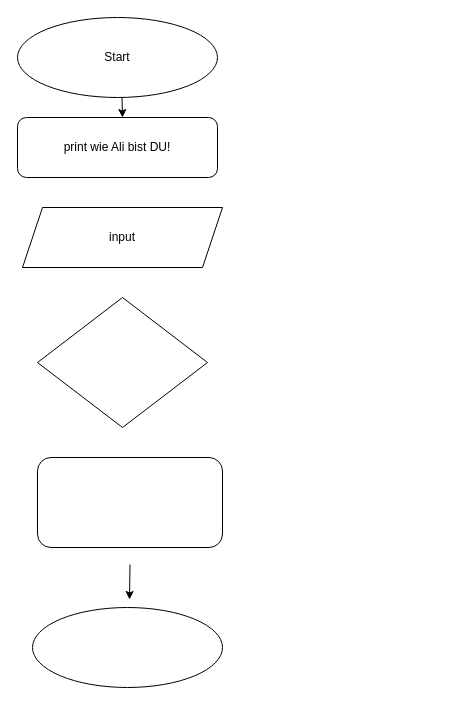
Before: Docs/age maschine.drawio in Olga-Bob/Python, a draw.io diagram. Source tidied: cells renumbered, new cells numbered last; positions are measured from the earlier drawing's top-left corner, leaving out a move shared by most shapes. Both pictures are drawn from the tidied source at 100%, with x=0, y=0 at pixel (17, 17).
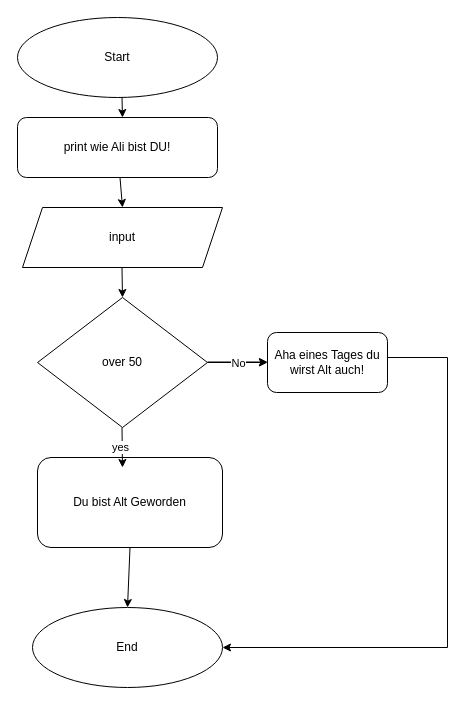
The same page after the edit.

Commit message (it also covers changes not shown here):
age_maschine

Unchanged cells that the change refers to:
```xml
<mxCell id="4" value="input" style="shape=parallelogram;perimeter=parallelogramPerimeter;whiteSpace=wrap;html=1;fixedSize=1;" parent="1" vertex="1">
  <mxGeometry x="5" y="190" width="200" height="60" as="geometry" />
</mxCell>
<mxCell id="7" value="print wie Ali bist DU!" style="rounded=1;whiteSpace=wrap;html=1;" parent="1" vertex="1">
  <mxGeometry y="100" width="200" height="60" as="geometry" />
</mxCell>
```

Diff of the diagram source:
```diff
@@
-    <mxCell id="3" style="ellipse;whiteSpace=wrap;html=1;" parent="1" vertex="1">
+    <mxCell id="3" value="End" style="ellipse;whiteSpace=wrap;html=1;" parent="1" vertex="1">
       <mxGeometry x="15" y="590" width="190" height="80" as="geometry" />
     </mxCell>
@@
-    <mxCell id="6" style="endArrow=classic;html=1;rounded=0;entryX=0.57;entryY=0.083;entryDx=0;entryDy=0;entryPerimeter=0;" parent="1" edge="1">
-      <mxGeometry relative="1" as="geometry">
-        <mxPoint x="112.5" y="547" as="sourcePoint" />
-        <mxPoint x="112" y="582" as="targetPoint" />
-      </mxGeometry>
+    <mxCell id="6" style="endArrow=classic;html=1;rounded=0;entryX=0.5;entryY=0;entryDx=0;entryDy=0;exitX=0.5;exitY=1;exitDx=0;exitDy=0;" parent="1" edge="1" source="9" target="3">
+      <mxGeometry relative="1" as="geometry" />
     </mxCell>
@@
+    <mxCell id="10" style="edgeStyle=orthogonalEdgeStyle;rounded=0;jettySize=auto;html=1;" parent="1" edge="1" source="8" target="17">
+      <mxGeometry relative="1" as="geometry" />
+    </mxCell>
-    <mxCell id="8" style="rhombus;whiteSpace=wrap;html=1;" parent="1" vertex="1">
+    <mxCell id="8" value="over 50" style="rhombus;whiteSpace=wrap;html=1;" parent="1" vertex="1">
       <mxGeometry x="20" y="280" width="170" height="130" as="geometry" />
     </mxCell>
-    <mxCell id="9" style="rounded=1;whiteSpace=wrap;html=1;" parent="1" vertex="1">
+    <mxCell id="9" value="Du bist Alt Geworden" style="rounded=1;whiteSpace=wrap;html=1;" parent="1" vertex="1">
       <mxGeometry x="20" y="440" width="185" height="90" as="geometry" />
     </mxCell>
+    <mxCell id="11" style="endArrow=classic;html=1;rounded=0;" parent="1" edge="1">
+      <mxGeometry relative="1" as="geometry">
+        <mxPoint x="104.5" y="410" as="sourcePoint" />
+        <mxPoint x="105" y="450" as="targetPoint" />
+      </mxGeometry>
+    </mxCell>
+    <mxCell id="12" value="yes" style="edgeLabel;html=1;align=center;verticalAlign=middle;" parent="11" vertex="1">
+      <mxGeometry x="-0.07" y="-2" relative="1" as="geometry" />
+    </mxCell>
+    <mxCell id="13" style="endArrow=classic;html=1;rounded=0;" parent="1" edge="1">
+      <mxGeometry relative="1" as="geometry">
+        <mxPoint x="190" y="344.5" as="sourcePoint" />
+        <mxPoint x="250" y="344.5" as="targetPoint" />
+      </mxGeometry>
+    </mxCell>
+    <mxCell id="14" value="No" style="edgeLabel;html=1;align=center;verticalAlign=middle;" parent="13" vertex="1">
+      <mxGeometry x="-0.1" y="-2" relative="1" as="geometry">
+        <mxPoint x="3" y="-1" as="offset" />
+      </mxGeometry>
+    </mxCell>
+    <mxCell id="15" style="endArrow=classic;html=1;rounded=0;entryX=0.5;entryY=0;entryDx=0;entryDy=0;" parent="1" edge="1" source="7" target="4">
+      <mxGeometry relative="1" as="geometry" />
+    </mxCell>
+    <mxCell id="16" style="endArrow=classic;html=1;rounded=0;entryX=0.5;entryY=0;entryDx=0;entryDy=0;" parent="1" edge="1" target="8">
+      <mxGeometry relative="1" as="geometry">
+        <mxPoint x="104.5" y="250" as="sourcePoint" />
+      </mxGeometry>
+    </mxCell>
+    <mxCell id="17" value="Aha eines Tages du wirst Alt auch!" style="rounded=1;whiteSpace=wrap;html=1;" parent="1" vertex="1">
+      <mxGeometry x="250" y="315" width="120" height="60" as="geometry" />
+    </mxCell>
+    <mxCell id="18" style="group;" parent="1" vertex="1">
+      <mxGeometry x="370" y="340" width="60" height="290" as="geometry" />
+    </mxCell>
+    <mxCell id="19" style="endArrow=classic;html=1;rounded=0;entryX=1;entryY=0.5;entryDx=0;entryDy=0;" parent="18" edge="1" target="3">
+      <mxGeometry relative="1" as="geometry">
+        <mxPoint x="60" as="sourcePoint" />
+        <Array as="points">
+          <mxPoint x="60" y="290" />
+        </Array>
+      </mxGeometry>
+    </mxCell>
+    <mxCell id="20" style="endArrow=none;html=1;rounded=0;" parent="18" edge="1">
+      <mxGeometry relative="1" as="geometry">
+        <mxPoint as="sourcePoint" />
+        <mxPoint x="60" as="targetPoint" />
+      </mxGeometry>
+    </mxCell>
```
